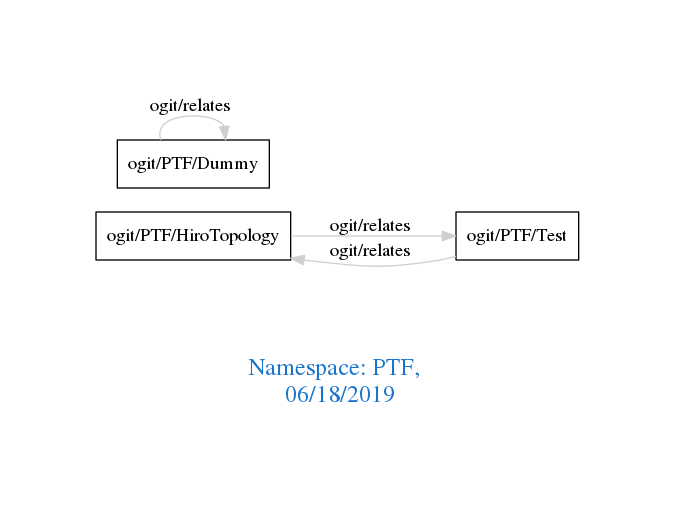
Above: downloads/PTF.png in arago/OGIT (Graphviz), before the change. Its source is kept beside it as downloads/PTF.dot.
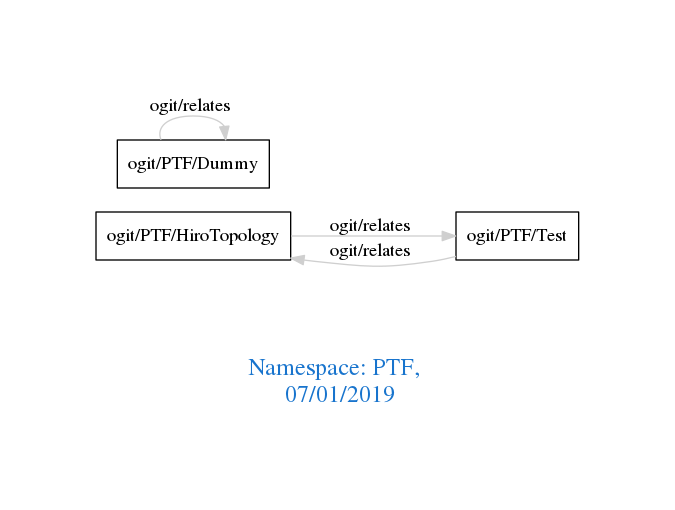
Later version of the same file.

What changed in the source:
```diff
@@ -1,7 +1,7 @@
 digraph OGIT_ontology {
  graph [ rankdir= LR,pad=1
 fontsize = 18,
-fontcolor= dodgerblue3,label = "\n\n\nNamespace: PTF, \n 06/18/2019"];
+fontcolor= dodgerblue3,label = "\n\n\nNamespace: PTF, \n 07/01/2019"];
 node[shape=polygon];
 edge [  color="gray81"];
 
```
